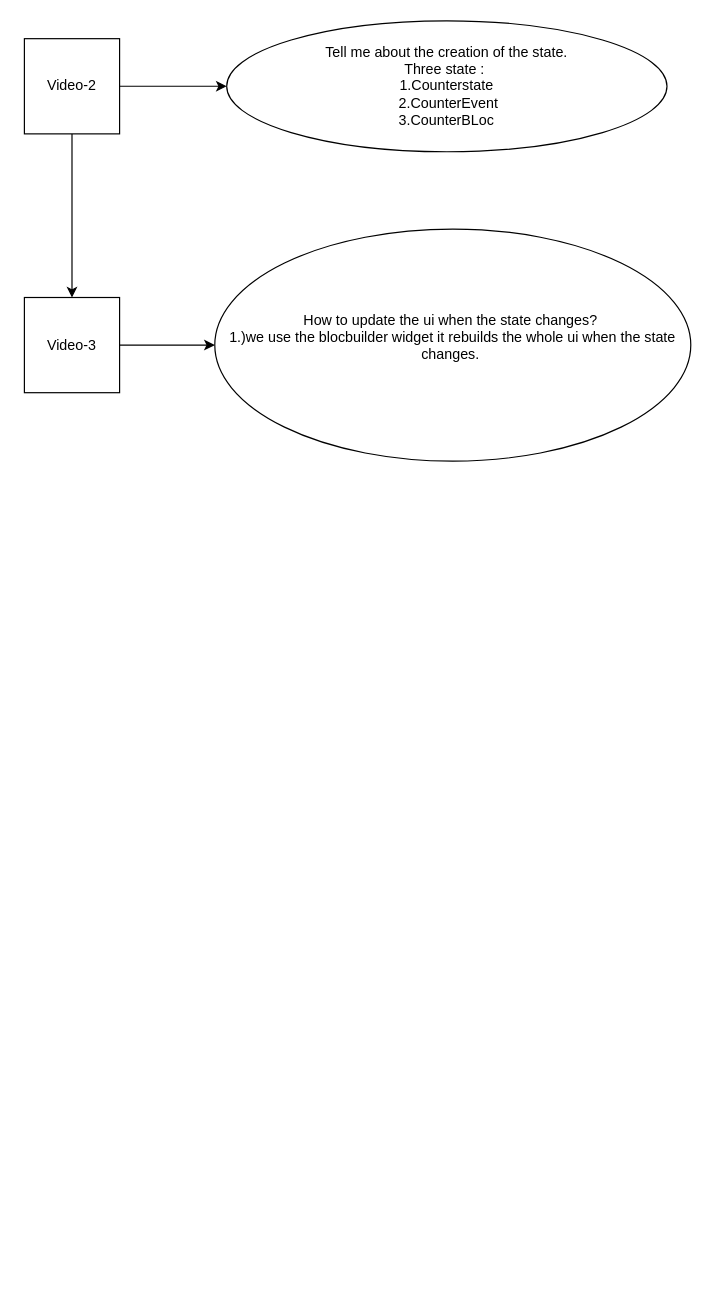
This is Untitled Diagram.drawio from RushabhRamani123/flutter_application, a draw.io file, before an edit. Source tidied: cells renumbered, new cells numbered last; positions are measured from the earlier drawing's top-left corner, leaving out a move shared by most shapes. Both pictures are drawn from the tidied source at 119%, with x=0, y=0 at pixel (24, 20).
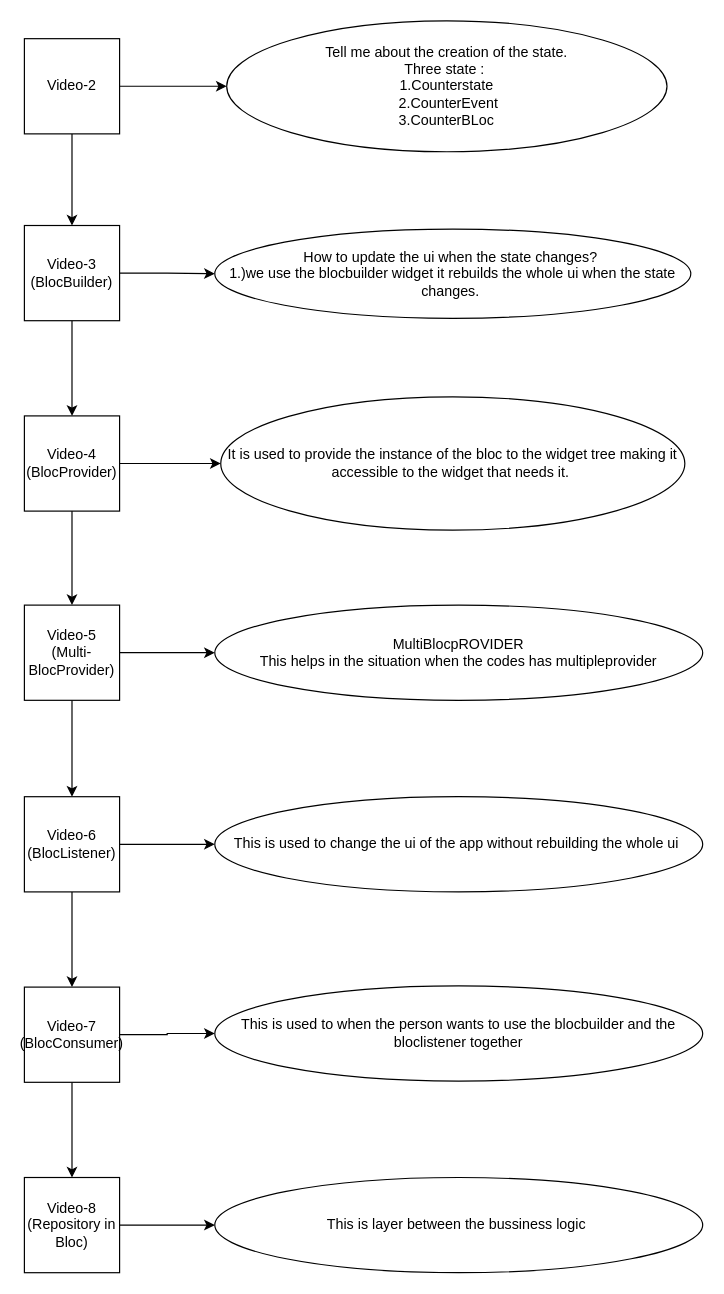
The same page after the edit.

The edit, as a diff of the source:
```diff
@@
+    <mxCell id="9" style="edgeStyle=orthogonalEdgeStyle;rounded=0;jettySize=auto;html=1;" parent="1" edge="1" source="7" target="12">
+      <mxGeometry relative="1" as="geometry" />
+    </mxCell>
-    <mxCell id="7" value="Video-3" style="whiteSpace=wrap;html=1;" parent="1" vertex="1">
-      <mxGeometry y="232.5" width="80" height="80" as="geometry" />
+    <mxCell id="7" value="Video-3&lt;br&gt;(BlocBuilder)" style="whiteSpace=wrap;html=1;" parent="1" vertex="1">
+      <mxGeometry y="172" width="80" height="80" as="geometry" />
     </mxCell>
-    <mxCell id="8" value="How to update the ui when the state changes?&amp;nbsp;&lt;br&gt;1.)we use the blocbuilder widget it rebuilds the whole ui when the state changes.&amp;nbsp;&lt;div&gt;&lt;br/&gt;&lt;/div&gt;" style="ellipse;whiteSpace=wrap;html=1;" parent="1" vertex="1">
-      <mxGeometry x="160" y="175" width="400" height="195" as="geometry" />
+    <mxCell id="8" value="How to update the ui when the state changes?&amp;nbsp;&lt;br&gt;1.)we use the blocbuilder widget it rebuilds the whole ui when the state changes.&amp;nbsp;" style="ellipse;whiteSpace=wrap;html=1;" parent="1" vertex="1">
+      <mxGeometry x="160" y="175" width="400" height="75" as="geometry" />
     </mxCell>
+    <mxCell id="10" style="edgeStyle=orthogonalEdgeStyle;rounded=0;jettySize=auto;html=1;" parent="1" edge="1" source="12" target="13">
+      <mxGeometry relative="1" as="geometry" />
+    </mxCell>
+    <mxCell id="11" style="edgeStyle=orthogonalEdgeStyle;rounded=0;jettySize=auto;html=1;" parent="1" edge="1" source="12" target="16">
+      <mxGeometry relative="1" as="geometry" />
+    </mxCell>
+    <mxCell id="12" value="Video-4&lt;br&gt;(BlocProvider)" style="whiteSpace=wrap;html=1;" parent="1" vertex="1">
+      <mxGeometry y="332" width="80" height="80" as="geometry" />
+    </mxCell>
+    <mxCell id="13" value="It is used to provide the instance of the bloc to the widget tree making it accessible to the widget that needs it.&amp;nbsp;" style="ellipse;whiteSpace=wrap;html=1;" parent="1" vertex="1">
+      <mxGeometry x="165" y="316" width="390" height="112" as="geometry" />
+    </mxCell>
+    <mxCell id="14" style="edgeStyle=orthogonalEdgeStyle;rounded=0;jettySize=auto;html=1;" parent="1" edge="1" source="16" target="17">
+      <mxGeometry relative="1" as="geometry" />
+    </mxCell>
+    <mxCell id="15" style="edgeStyle=orthogonalEdgeStyle;rounded=0;jettySize=auto;html=1;" parent="1" edge="1" source="16" target="20">
+      <mxGeometry relative="1" as="geometry" />
+    </mxCell>
+    <mxCell id="16" value="Video-5&lt;br&gt;(Multi-BlocProvider)" style="whiteSpace=wrap;html=1;" parent="1" vertex="1">
+      <mxGeometry y="491" width="80" height="80" as="geometry" />
+    </mxCell>
+    <mxCell id="17" value="MultiBlocpROVIDER&lt;br&gt;This helps in the situation when the codes has multipleprovider" style="ellipse;whiteSpace=wrap;html=1;" parent="1" vertex="1">
+      <mxGeometry x="160" y="491" width="410" height="80" as="geometry" />
+    </mxCell>
+    <mxCell id="18" style="edgeStyle=orthogonalEdgeStyle;rounded=0;jettySize=auto;html=1;" parent="1" edge="1" source="20" target="21">
+      <mxGeometry relative="1" as="geometry" />
+    </mxCell>
+    <mxCell id="19" style="edgeStyle=orthogonalEdgeStyle;rounded=0;jettySize=auto;html=1;" parent="1" edge="1" source="20" target="24">
+      <mxGeometry relative="1" as="geometry" />
+    </mxCell>
+    <mxCell id="20" value="Video-6&lt;br&gt;(BlocListener)" style="whiteSpace=wrap;html=1;" parent="1" vertex="1">
+      <mxGeometry y="652" width="80" height="80" as="geometry" />
+    </mxCell>
+    <mxCell id="21" value="This is used to change the ui of the app without rebuilding the whole ui&amp;nbsp;" style="ellipse;whiteSpace=wrap;html=1;" parent="1" vertex="1">
+      <mxGeometry x="160" y="652" width="410" height="80" as="geometry" />
+    </mxCell>
+    <mxCell id="22" style="edgeStyle=orthogonalEdgeStyle;rounded=0;jettySize=auto;html=1;" parent="1" edge="1" source="24" target="25">
+      <mxGeometry relative="1" as="geometry" />
+    </mxCell>
+    <mxCell id="23" style="edgeStyle=orthogonalEdgeStyle;rounded=0;jettySize=auto;html=1;" parent="1" edge="1" source="24" target="27">
+      <mxGeometry relative="1" as="geometry" />
+    </mxCell>
+    <mxCell id="24" value="Video-7&lt;br&gt;(BlocConsumer)" style="whiteSpace=wrap;html=1;" parent="1" vertex="1">
+      <mxGeometry y="812" width="80" height="80" as="geometry" />
+    </mxCell>
+    <mxCell id="25" value="This is used to when the person wants to use the blocbuilder and the bloclistener together" style="ellipse;whiteSpace=wrap;html=1;" parent="1" vertex="1">
+      <mxGeometry x="160" y="811" width="410" height="80" as="geometry" />
+    </mxCell>
+    <mxCell id="26" style="edgeStyle=orthogonalEdgeStyle;rounded=0;jettySize=auto;html=1;" parent="1" edge="1" source="27" target="28">
+      <mxGeometry relative="1" as="geometry" />
+    </mxCell>
+    <mxCell id="27" value="Video-8&lt;br&gt;(Repository in Bloc)" style="whiteSpace=wrap;html=1;" parent="1" vertex="1">
+      <mxGeometry y="972" width="80" height="80" as="geometry" />
+    </mxCell>
+    <mxCell id="28" value="This is layer between the bussiness logic&amp;nbsp;" style="ellipse;whiteSpace=wrap;html=1;" parent="1" vertex="1">
+      <mxGeometry x="160" y="972" width="410" height="80" as="geometry" />
+    </mxCell>
```
